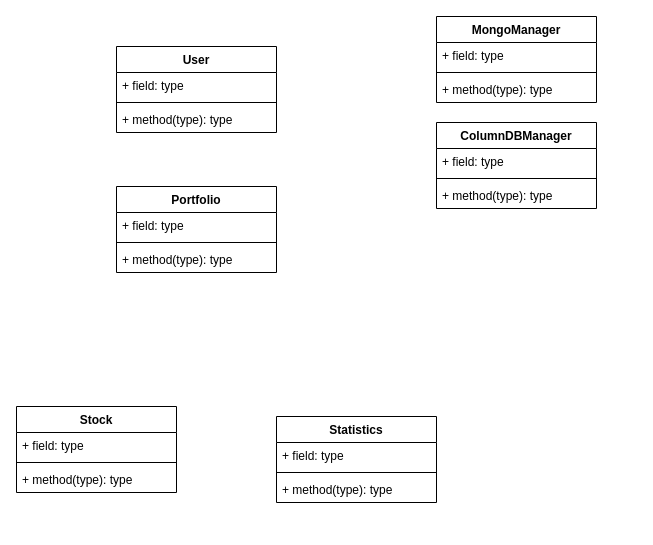
Before: documentation/uml/stocksim_class_UML_diagram.drawio in rambodrahmani/stocksim, a draw.io diagram. Source tidied: cells renumbered, new cells numbered last; positions are measured from the earlier drawing's top-left corner, leaving out a move shared by most shapes. Both pictures are drawn from the tidied source at 100%, with x=0, y=0 at pixel (16, 16).
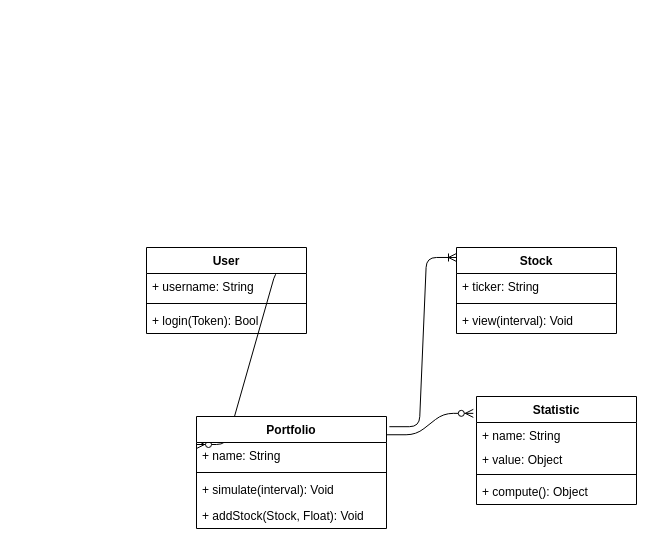
Above is the later version.

Commit message (it also covers changes not shown here):
finalize UML class diagram

The edit, as a diff of the source:
```diff
@@
+    <mxCell id="26" style="edgeStyle=entityRelationEdgeStyle;fontSize=12;html=1;endArrow=ERzeroToMany;endFill=1;entryX=0;entryY=0.25;entryDx=0;entryDy=0;exitX=1;exitY=0.25;exitDx=0;exitDy=0;" parent="1" edge="1" source="2" target="18">
+      <mxGeometry relative="1" as="geometry" />
+    </mxCell>
+    <mxCell id="27" style="edgeStyle=entityRelationEdgeStyle;fontSize=12;html=1;endArrow=ERoneToMany;exitX=1.015;exitY=0.091;exitDx=0;exitDy=0;entryX=0;entryY=0.116;entryDx=0;entryDy=0;entryPerimeter=0;exitPerimeter=0;" parent="1" edge="1" source="18" target="14">
+      <mxGeometry relative="1" as="geometry" />
+    </mxCell>
+    <mxCell id="28" style="edgeStyle=entityRelationEdgeStyle;fontSize=12;html=1;endArrow=ERzeroToMany;endFill=1;exitX=0.998;exitY=0.163;exitDx=0;exitDy=0;exitPerimeter=0;entryX=-0.02;entryY=0.156;entryDx=0;entryDy=0;entryPerimeter=0;" parent="1" edge="1" source="18" target="22">
+      <mxGeometry relative="1" as="geometry" />
+    </mxCell>
     <mxCell id="2" value="User" style="swimlane;fontStyle=1;align=center;verticalAlign=top;horizontal=1;startSize=26;" parent="1" vertex="1">
-      <mxGeometry x="100" y="30" width="160" height="86" as="geometry" />
+      <mxGeometry x="130" y="231" width="160" height="86" as="geometry" />
     </mxCell>
-    <mxCell id="3" value="+ field: type" style="text;strokeColor=none;fillColor=none;align=left;verticalAlign=top;spacingLeft=4;spacingRight=4;overflow=hidden;" parent="2" vertex="1">
+    <mxCell id="3" value="+ username: String" style="text;strokeColor=none;fillColor=none;align=left;verticalAlign=top;spacingLeft=4;spacingRight=4;overflow=hidden;" parent="2" vertex="1">
       <mxGeometry y="26" width="160" height="26" as="geometry" />
     </mxCell>
@@
-    <mxCell id="5" value="+ method(type): type" style="text;strokeColor=none;fillColor=none;align=left;verticalAlign=top;spacingLeft=4;spacingRight=4;overflow=hidden;" parent="2" vertex="1">
+    <mxCell id="5" value="+ login(Token): Bool" style="text;strokeColor=none;fillColor=none;align=left;verticalAlign=top;spacingLeft=4;spacingRight=4;overflow=hidden;" parent="2" vertex="1">
       <mxGeometry y="60" width="160" height="26" as="geometry" />
     </mxCell>
-    <mxCell id="6" value="MongoManager" style="swimlane;fontStyle=1;align=center;verticalAlign=top;horizontal=1;startSize=26;" parent="1" vertex="1">
-      <mxGeometry x="420" width="160" height="86" as="geometry" />
-    </mxCell>
-    <mxCell id="7" value="+ field: type" style="text;strokeColor=none;fillColor=none;align=left;verticalAlign=top;spacingLeft=4;spacingRight=4;overflow=hidden;" parent="6" vertex="1">
-      <mxGeometry y="26" width="160" height="26" as="geometry" />
-    </mxCell>
-    <mxCell id="8" style="line;strokeWidth=1;fillColor=none;align=left;verticalAlign=middle;spacingTop=-1;spacingLeft=3;spacingRight=3;labelPosition=right;" parent="6" vertex="1">
-      <mxGeometry y="52" width="160" height="8" as="geometry" />
-    </mxCell>
-    <mxCell id="9" value="+ method(type): type" style="text;strokeColor=none;fillColor=none;align=left;verticalAlign=top;spacingLeft=4;spacingRight=4;overflow=hidden;" parent="6" vertex="1">
-      <mxGeometry y="60" width="160" height="26" as="geometry" />
-    </mxCell>
-    <mxCell id="10" value="ColumnDBManager" style="swimlane;fontStyle=1;align=center;verticalAlign=top;horizontal=1;startSize=26;" parent="1" vertex="1">
-      <mxGeometry x="420" y="106" width="160" height="86" as="geometry" />
-    </mxCell>
-    <mxCell id="11" value="+ field: type" style="text;strokeColor=none;fillColor=none;align=left;verticalAlign=top;spacingLeft=4;spacingRight=4;overflow=hidden;" parent="10" vertex="1">
-      <mxGeometry y="26" width="160" height="26" as="geometry" />
-    </mxCell>
-    <mxCell id="12" style="line;strokeWidth=1;fillColor=none;align=left;verticalAlign=middle;spacingTop=-1;spacingLeft=3;spacingRight=3;labelPosition=right;" parent="10" vertex="1">
-      <mxGeometry y="52" width="160" height="8" as="geometry" />
-    </mxCell>
-    <mxCell id="13" value="+ method(type): type" style="text;strokeColor=none;fillColor=none;align=left;verticalAlign=top;spacingLeft=4;spacingRight=4;overflow=hidden;" parent="10" vertex="1">
-      <mxGeometry y="60" width="160" height="26" as="geometry" />
-    </mxCell>
+    <mxCell id="18" value="Portfolio" style="swimlane;fontStyle=1;align=center;verticalAlign=top;horizontal=1;startSize=26;" parent="1" vertex="1">
+      <mxGeometry x="180" y="400" width="190" height="112" as="geometry" />
+    </mxCell>
+    <mxCell id="19" value="+ name: String" style="text;strokeColor=none;fillColor=none;align=left;verticalAlign=top;spacingLeft=4;spacingRight=4;overflow=hidden;" parent="18" vertex="1">
+      <mxGeometry y="26" width="190" height="26" as="geometry" />
+    </mxCell>
+    <mxCell id="20" style="line;strokeWidth=1;fillColor=none;align=left;verticalAlign=middle;spacingTop=-1;spacingLeft=3;spacingRight=3;labelPosition=right;" parent="18" vertex="1">
+      <mxGeometry y="52" width="190" height="8" as="geometry" />
+    </mxCell>
+    <mxCell id="21" value="+ simulate(interval): Void" style="text;strokeColor=none;fillColor=none;align=left;verticalAlign=top;spacingLeft=4;spacingRight=4;overflow=hidden;" parent="18" vertex="1">
+      <mxGeometry y="60" width="190" height="26" as="geometry" />
+    </mxCell>
+    <mxCell id="29" value="+ addStock(Stock, Float): Void" style="text;strokeColor=none;fillColor=none;align=left;verticalAlign=top;spacingLeft=4;spacingRight=4;overflow=hidden;" parent="18" vertex="1">
+      <mxGeometry y="86" width="190" height="26" as="geometry" />
+    </mxCell>
     <mxCell id="14" value="Stock" style="swimlane;fontStyle=1;align=center;verticalAlign=top;horizontal=1;startSize=26;" parent="1" vertex="1">
-      <mxGeometry y="390" width="160" height="86" as="geometry" />
+      <mxGeometry x="440" y="231" width="160" height="86" as="geometry" />
     </mxCell>
-    <mxCell id="15" value="+ field: type" style="text;strokeColor=none;fillColor=none;align=left;verticalAlign=top;spacingLeft=4;spacingRight=4;overflow=hidden;" parent="14" vertex="1">
+    <mxCell id="15" value="+ ticker: String" style="text;strokeColor=none;fillColor=none;align=left;verticalAlign=top;spacingLeft=4;spacingRight=4;overflow=hidden;" parent="14" vertex="1">
       <mxGeometry y="26" width="160" height="26" as="geometry" />
     </mxCell>
@@
-    <mxCell id="17" value="+ method(type): type" style="text;strokeColor=none;fillColor=none;align=left;verticalAlign=top;spacingLeft=4;spacingRight=4;overflow=hidden;" parent="14" vertex="1">
+    <mxCell id="17" value="+ view(interval): Void" style="text;strokeColor=none;fillColor=none;align=left;verticalAlign=top;spacingLeft=4;spacingRight=4;overflow=hidden;" parent="14" vertex="1">
       <mxGeometry y="60" width="160" height="26" as="geometry" />
     </mxCell>
-    <mxCell id="18" value="Portfolio" style="swimlane;fontStyle=1;align=center;verticalAlign=top;horizontal=1;startSize=26;" parent="1" vertex="1">
-      <mxGeometry x="100" y="170" width="160" height="86" as="geometry" />
-    </mxCell>
-    <mxCell id="19" value="+ field: type" style="text;strokeColor=none;fillColor=none;align=left;verticalAlign=top;spacingLeft=4;spacingRight=4;overflow=hidden;" parent="18" vertex="1">
-      <mxGeometry y="26" width="160" height="26" as="geometry" />
-    </mxCell>
-    <mxCell id="20" style="line;strokeWidth=1;fillColor=none;align=left;verticalAlign=middle;spacingTop=-1;spacingLeft=3;spacingRight=3;labelPosition=right;" parent="18" vertex="1">
-      <mxGeometry y="52" width="160" height="8" as="geometry" />
-    </mxCell>
-    <mxCell id="21" value="+ method(type): type" style="text;strokeColor=none;fillColor=none;align=left;verticalAlign=top;spacingLeft=4;spacingRight=4;overflow=hidden;" parent="18" vertex="1">
-      <mxGeometry y="60" width="160" height="26" as="geometry" />
-    </mxCell>
-    <mxCell id="22" value="Statistics" style="swimlane;fontStyle=1;align=center;verticalAlign=top;horizontal=1;startSize=26;" parent="1" vertex="1">
-      <mxGeometry x="260" y="400" width="160" height="86" as="geometry" />
+    <mxCell id="22" value="Statistic" style="swimlane;fontStyle=1;align=center;verticalAlign=top;horizontal=1;startSize=26;" parent="1" vertex="1">
+      <mxGeometry x="460" y="380" width="160" height="108" as="geometry" />
     </mxCell>
-    <mxCell id="23" value="+ field: type" style="text;strokeColor=none;fillColor=none;align=left;verticalAlign=top;spacingLeft=4;spacingRight=4;overflow=hidden;" parent="22" vertex="1">
-      <mxGeometry y="26" width="160" height="26" as="geometry" />
+    <mxCell id="23" value="+ name: String" style="text;strokeColor=none;fillColor=none;align=left;verticalAlign=top;spacingLeft=4;spacingRight=4;overflow=hidden;" parent="22" vertex="1">
+      <mxGeometry y="26" width="160" height="24" as="geometry" />
     </mxCell>
+    <mxCell id="30" value="+ value: Object" style="text;strokeColor=none;fillColor=none;align=left;verticalAlign=top;spacingLeft=4;spacingRight=4;overflow=hidden;" parent="22" vertex="1">
+      <mxGeometry y="50" width="160" height="24" as="geometry" />
+    </mxCell>
     <mxCell id="24" style="line;strokeWidth=1;fillColor=none;align=left;verticalAlign=middle;spacingTop=-1;spacingLeft=3;spacingRight=3;labelPosition=right;" parent="22" vertex="1">
-      <mxGeometry y="52" width="160" height="8" as="geometry" />
+      <mxGeometry y="74" width="160" height="8" as="geometry" />
     </mxCell>
-    <mxCell id="25" value="+ method(type): type" style="text;strokeColor=none;fillColor=none;align=left;verticalAlign=top;spacingLeft=4;spacingRight=4;overflow=hidden;" parent="22" vertex="1">
-      <mxGeometry y="60" width="160" height="26" as="geometry" />
+    <mxCell id="25" value="+ compute(): Object" style="text;strokeColor=none;fillColor=none;align=left;verticalAlign=top;spacingLeft=4;spacingRight=4;overflow=hidden;" parent="22" vertex="1">
+      <mxGeometry y="82" width="160" height="26" as="geometry" />
     </mxCell>
```
